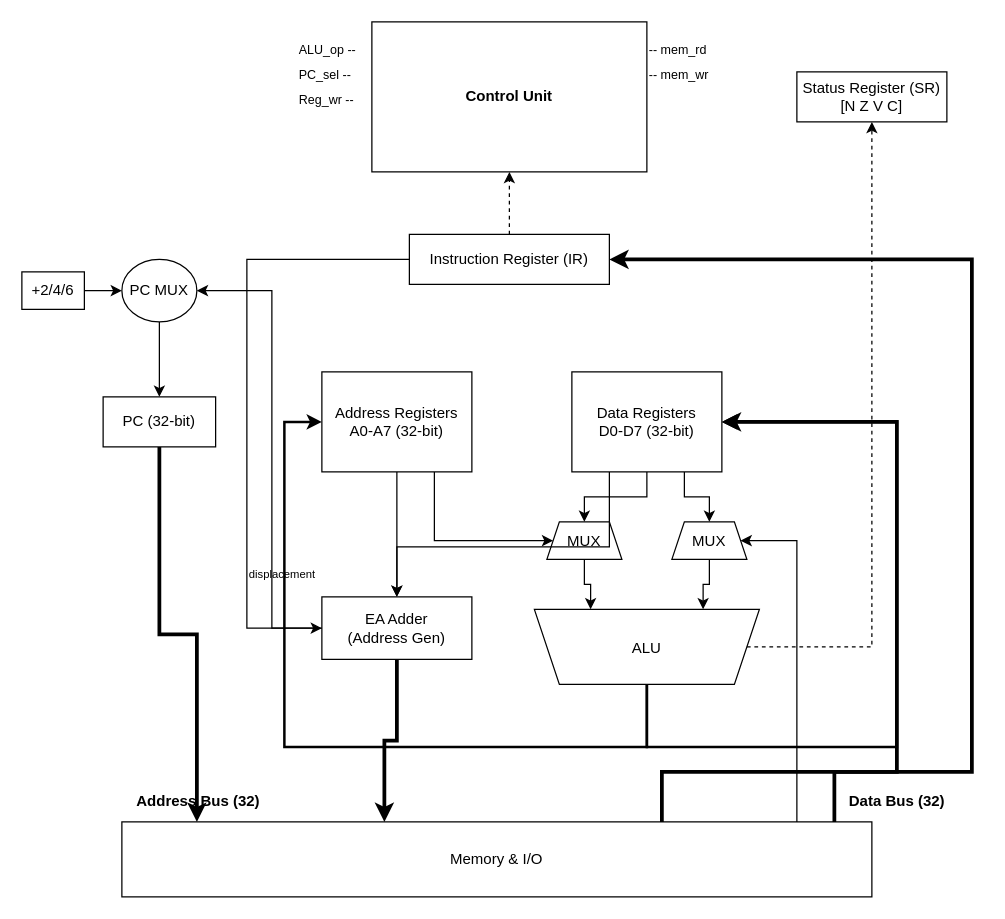
Above: ak_lab_3_5.drawio in Dmitry-Kuzmin456/ak_lab3_scheme (draw.io), before the change. Source tidied: cells renumbered, new cells numbered last; positions are measured from the earlier drawing's top-left corner, leaving out a move shared by most shapes. Both pictures are drawn from the tidied source at 125%, with x=0, y=0 at pixel (21, 21).
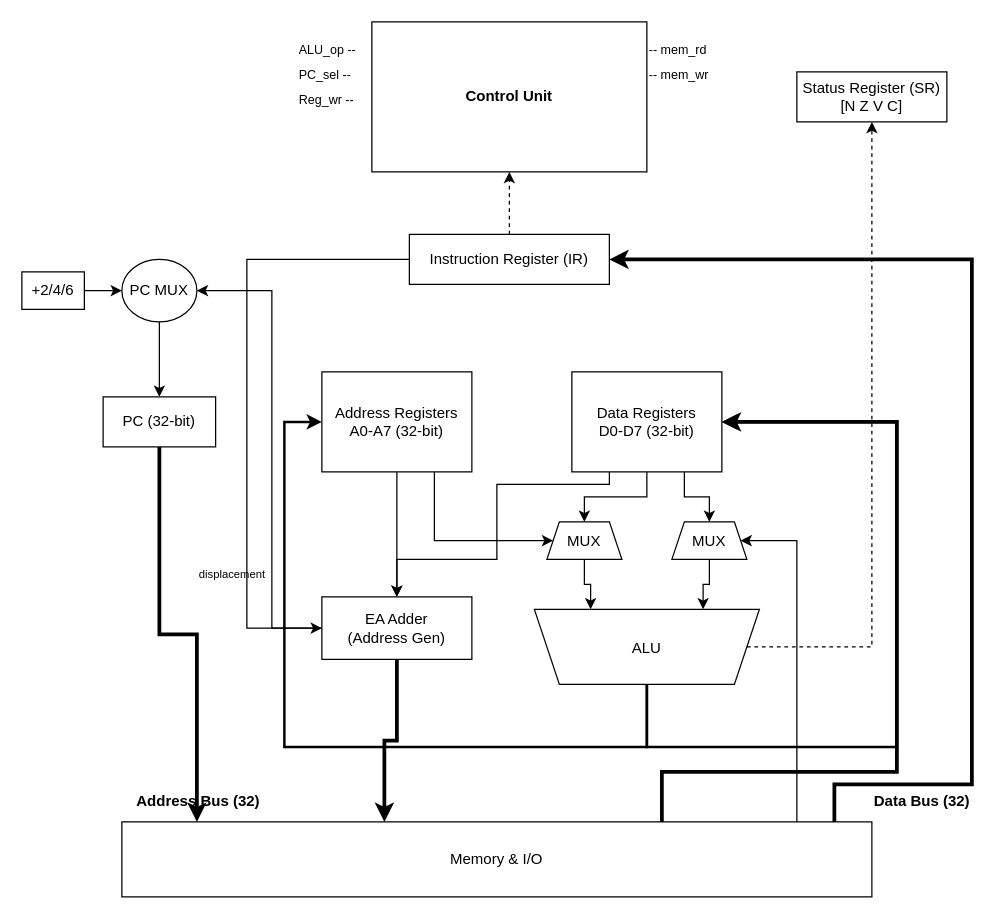
The same page after the edit.

The change refers to these unchanged cells:
```xml
<mxCell id="8" value="Instruction Register (IR)" style="rounded=0;whiteSpace=wrap;html=1;" parent="1" vertex="1">
  <mxGeometry x="310" y="170" width="160" height="40" as="geometry" />
</mxCell>
<mxCell id="15" value="Data Registers&lt;br&gt;D0-D7 (32-bit)" style="rounded=0;whiteSpace=wrap;html=1;" parent="1" vertex="1">
  <mxGeometry x="440" y="280" width="120" height="80" as="geometry" />
</mxCell>
<mxCell id="16" value="EA Adder&lt;br&gt;(Address Gen)" style="rounded=0;whiteSpace=wrap;html=1;" parent="1" vertex="1">
  <mxGeometry x="240" y="460" width="120" height="50" as="geometry" />
</mxCell>
<mxCell id="20" value="Memory &amp; I/O" style="rounded=0;whiteSpace=wrap;html=1;" parent="1" vertex="1">
  <mxGeometry x="80" y="640" width="600" height="60" as="geometry" />
</mxCell>
```

What changed in the source:
```diff
@@
     <mxCell id="34" style="edgeStyle=orthogonalEdgeStyle;rounded=0;html=1;exitX=0.95;exitY=0;entryX=1;entryY=0.5;strokeWidth=3;" parent="1" edge="1" source="20" target="8">
       <mxGeometry relative="1" as="geometry">
         <Array as="points">
-          <mxPoint x="650" y="600" />
-          <mxPoint x="760" y="600" />
+          <mxPoint x="650" y="610" />
+          <mxPoint x="760" y="610" />
           <mxPoint x="760" y="190" />
         </Array>
       </mxGeometry>
     </mxCell>
@@
-    <mxCell id="37" style="edgeStyle=orthogonalEdgeStyle;rounded=0;html=1;exitX=0.25;exitY=1;entryX=0.5;entryY=0;" parent="1" edge="1" source="15" target="16">
+    <mxCell id="37" style="edgeStyle=orthogonalEdgeStyle;rounded=0;html=1;exitX=0.25;exitY=1;entryX=0.5;entryY=0;entryDx=0;entryDy=0;" parent="1" edge="1" source="15" target="16">
       <mxGeometry relative="1" as="geometry">
         <Array as="points">
-          <mxPoint x="470" y="420" />
-          <mxPoint x="300" y="420" />
+          <mxPoint x="470" y="370" />
+          <mxPoint x="380" y="370" />
+          <mxPoint x="380" y="430" />
+          <mxPoint x="300" y="430" />
         </Array>
       </mxGeometry>
     </mxCell>
@@
     <mxCell id="40" value="Data Bus (32)" style="text;fontStyle=1;" parent="1" vertex="1">
-      <mxGeometry x="660" y="610" width="80" height="20" as="geometry" />
+      <mxGeometry x="680" y="610" width="80" height="20" as="geometry" />
     </mxCell>
@@
     <mxCell id="42" value="displacement" style="text;fontSize=9;" parent="1" vertex="1">
-      <mxGeometry x="180" y="430" width="70" height="20" as="geometry" />
+      <mxGeometry x="140" y="430" width="70" height="20" as="geometry" />
     </mxCell>
```
